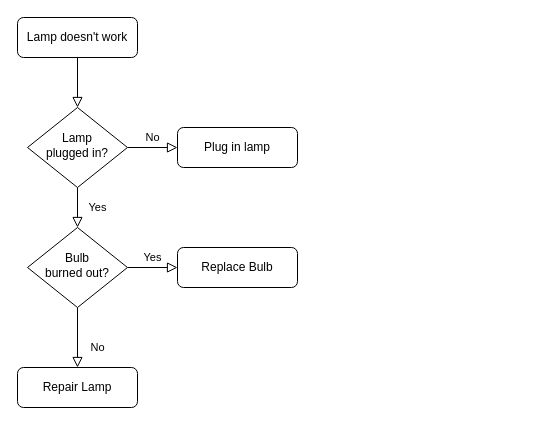
The draw.io diagram database-choice.drawio in gautamSahooTechie/System-Design, before the edit. Source tidied: cells renumbered, new cells numbered last; positions are measured from the earlier drawing's top-left corner, leaving out a move shared by most shapes. Both pictures are drawn from the tidied source at 100%, with x=0, y=0 at pixel (17, 17).
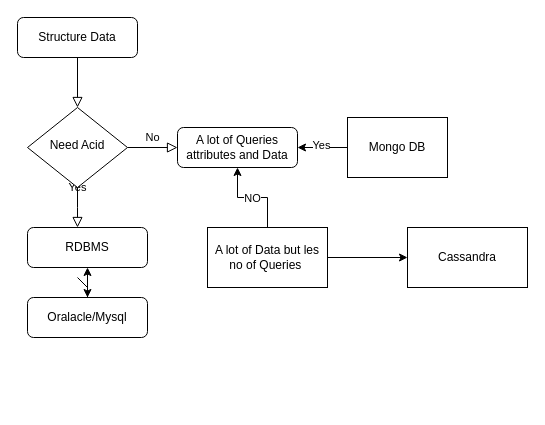
The same page after the edit.

Diff of the diagram source:
```diff
@@
-    <mxCell id="3" value="Lamp doesn't work" style="rounded=1;whiteSpace=wrap;html=1;fontSize=12;glass=0;strokeWidth=1;shadow=0;" parent="1" vertex="1">
+    <mxCell id="3" value="Structure Data" style="rounded=1;whiteSpace=wrap;html=1;fontSize=12;glass=0;strokeWidth=1;shadow=0;" parent="1" vertex="1">
       <mxGeometry width="120" height="40" as="geometry" />
     </mxCell>
-    <mxCell id="4" value="Yes" style="rounded=0;html=1;jettySize=auto;fontSize=11;endArrow=block;endFill=0;endSize=8;strokeWidth=1;shadow=0;labelBackgroundColor=none;edgeStyle=orthogonalEdgeStyle;" parent="1" edge="1" source="6" target="10">
-      <mxGeometry y="20" relative="1" as="geometry" />
+    <mxCell id="4" value="Yes" style="rounded=0;html=1;jettySize=auto;fontSize=11;endArrow=block;endFill=0;endSize=8;strokeWidth=1;shadow=0;labelBackgroundColor=none;edgeStyle=orthogonalEdgeStyle;" parent="1" edge="1" source="6">
+      <mxGeometry y="20" relative="1" as="geometry">
+        <mxPoint x="60" y="210" as="targetPoint" />
+      </mxGeometry>
     </mxCell>
@@
-    <mxCell id="6" value="Lamp&lt;br&gt;plugged in?" style="rhombus;whiteSpace=wrap;html=1;shadow=0;fontFamily=Helvetica;fontSize=12;align=center;strokeWidth=1;spacing=6;spacingTop=-4;" parent="1" vertex="1">
+    <mxCell id="6" value="Need Acid" style="rhombus;whiteSpace=wrap;html=1;shadow=0;fontFamily=Helvetica;fontSize=12;align=center;strokeWidth=1;spacing=6;spacingTop=-4;" parent="1" vertex="1">
       <mxGeometry x="10" y="90" width="100" height="80" as="geometry" />
     </mxCell>
-    <mxCell id="7" value="Plug in lamp" style="rounded=1;whiteSpace=wrap;html=1;fontSize=12;glass=0;strokeWidth=1;shadow=0;" parent="1" vertex="1">
+    <mxCell id="7" value="A lot of Queries attributes and Data" style="rounded=1;whiteSpace=wrap;html=1;fontSize=12;glass=0;strokeWidth=1;shadow=0;" parent="1" vertex="1">
       <mxGeometry x="160" y="110" width="120" height="40" as="geometry" />
     </mxCell>
-    <mxCell id="8" value="No" style="rounded=0;html=1;jettySize=auto;fontSize=11;endArrow=block;endFill=0;endSize=8;strokeWidth=1;shadow=0;labelBackgroundColor=none;edgeStyle=orthogonalEdgeStyle;" parent="1" edge="1" source="10" target="11">
-      <mxGeometry x="0.33" y="20" relative="1" as="geometry" />
-    </mxCell>
-    <mxCell id="9" value="Yes" style="edgeStyle=orthogonalEdgeStyle;rounded=0;html=1;jettySize=auto;fontSize=11;endArrow=block;endFill=0;endSize=8;strokeWidth=1;shadow=0;labelBackgroundColor=none;" parent="1" edge="1" source="10" target="12">
-      <mxGeometry y="10" relative="1" as="geometry" />
-    </mxCell>
-    <mxCell id="10" value="Bulb&lt;br&gt;burned out?" style="rhombus;whiteSpace=wrap;html=1;shadow=0;fontFamily=Helvetica;fontSize=12;align=center;strokeWidth=1;spacing=6;spacingTop=-4;" parent="1" vertex="1">
-      <mxGeometry x="10" y="210" width="100" height="80" as="geometry" />
-    </mxCell>
+    <mxCell id="13" style="edgeStyle=orthogonalEdgeStyle;rounded=0;jettySize=auto;html=1;entryX=0.5;entryY=1;entryDx=0;entryDy=0;" parent="1" edge="1" source="11" target="12">
+      <mxGeometry relative="1" as="geometry" />
+    </mxCell>
-    <mxCell id="11" value="Repair Lamp" style="rounded=1;whiteSpace=wrap;html=1;fontSize=12;glass=0;strokeWidth=1;shadow=0;" parent="1" vertex="1">
-      <mxGeometry y="350" width="120" height="40" as="geometry" />
+    <mxCell id="11" value="Oralacle/Mysql" style="rounded=1;whiteSpace=wrap;html=1;fontSize=12;glass=0;strokeWidth=1;shadow=0;" parent="1" vertex="1">
+      <mxGeometry x="10" y="280" width="120" height="40" as="geometry" />
     </mxCell>
-    <mxCell id="12" value="Replace Bulb" style="rounded=1;whiteSpace=wrap;html=1;fontSize=12;glass=0;strokeWidth=1;shadow=0;" parent="1" vertex="1">
-      <mxGeometry x="160" y="230" width="120" height="40" as="geometry" />
+    <mxCell id="12" value="RDBMS" style="rounded=1;whiteSpace=wrap;html=1;fontSize=12;glass=0;strokeWidth=1;shadow=0;" parent="1" vertex="1">
+      <mxGeometry x="10" y="210" width="120" height="40" as="geometry" />
     </mxCell>
+    <mxCell id="14" style="endArrow=classic;html=1;rounded=0;entryX=0.5;entryY=0;entryDx=0;entryDy=0;" parent="1" edge="1" target="11">
+      <mxGeometry relative="1" as="geometry">
+        <mxPoint x="60" y="260" as="sourcePoint" />
+        <Array as="points">
+          <mxPoint x="70" y="270" />
+        </Array>
+      </mxGeometry>
+    </mxCell>
+    <mxCell id="15" style="edgeStyle=orthogonalEdgeStyle;rounded=0;jettySize=auto;html=1;" parent="1" edge="1" source="16" target="7">
+      <mxGeometry relative="1" as="geometry" />
+    </mxCell>
+    <mxCell id="9" value="Yes" style="edgeLabel;html=1;align=center;verticalAlign=middle;" parent="15" vertex="1">
+      <mxGeometry x="0.08" y="-3" relative="1" as="geometry" />
+    </mxCell>
+    <mxCell id="16" value="Mongo DB" style="rounded=0;whiteSpace=wrap;html=1;" parent="1" vertex="1">
+      <mxGeometry x="330" y="100" width="100" height="60" as="geometry" />
+    </mxCell>
+    <mxCell id="17" style="edgeStyle=orthogonalEdgeStyle;rounded=0;jettySize=auto;html=1;" parent="1" edge="1" source="20" target="7">
+      <mxGeometry relative="1" as="geometry" />
+    </mxCell>
+    <mxCell id="18" value="NO" style="edgeLabel;html=1;align=center;verticalAlign=middle;" parent="17" vertex="1">
+      <mxGeometry x="0.02" relative="1" as="geometry" />
+    </mxCell>
+    <mxCell id="19" style="edgeStyle=orthogonalEdgeStyle;rounded=0;jettySize=auto;html=1;" parent="1" edge="1" source="20" target="21">
+      <mxGeometry relative="1" as="geometry" />
+    </mxCell>
+    <mxCell id="20" value="A lot of Data but les no of Queries&amp;nbsp;" style="rounded=0;whiteSpace=wrap;html=1;" parent="1" vertex="1">
+      <mxGeometry x="190" y="210" width="120" height="60" as="geometry" />
+    </mxCell>
+    <mxCell id="21" value="Cassandra" style="whiteSpace=wrap;html=1;rounded=0;" parent="1" vertex="1">
+      <mxGeometry x="390" y="210" width="120" height="60" as="geometry" />
+    </mxCell>
```
